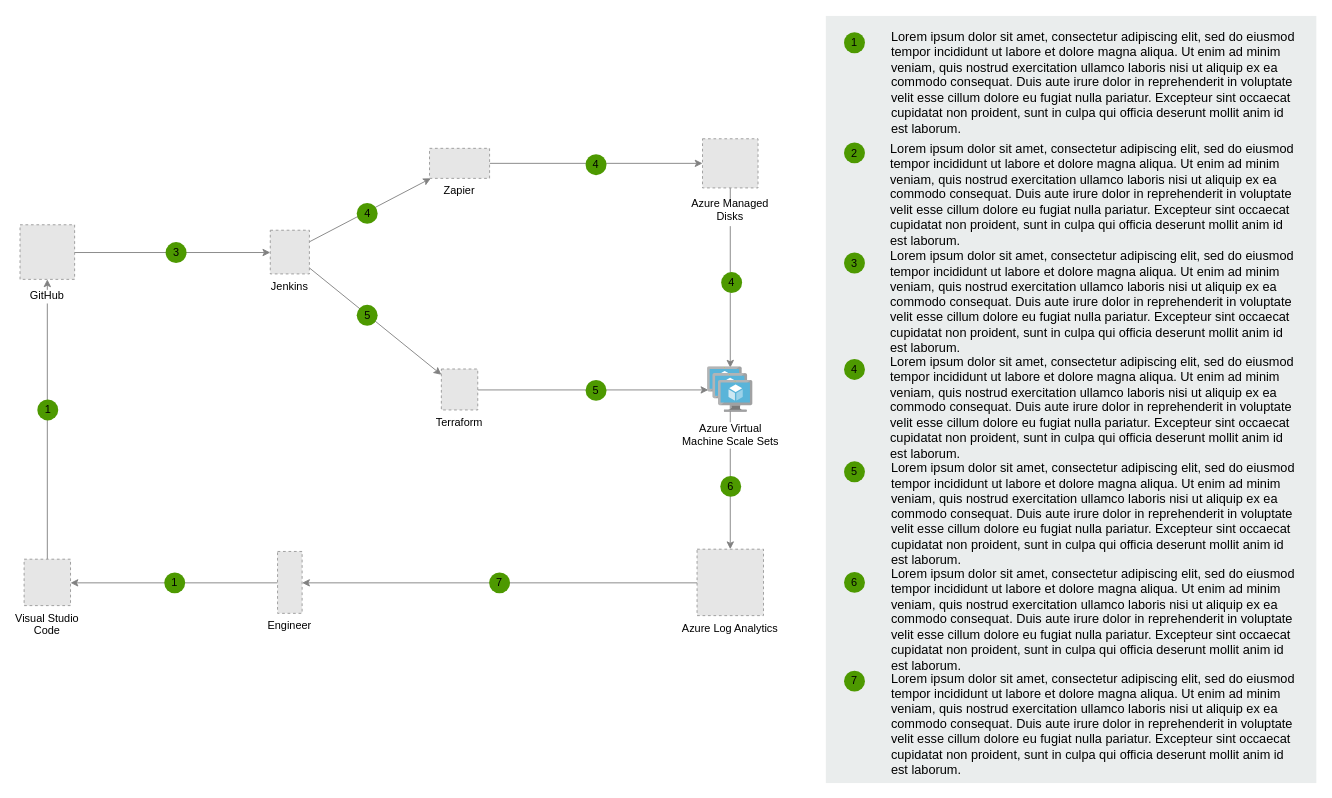
Above: Untitled Diagram.drawio in SURYAl3152/Appoinment-booking-web-azure_app_service (draw.io), before the change. Source tidied: cells renumbered, new cells numbered last; positions are measured from the earlier drawing's top-left corner, leaving out a move shared by most shapes. Both pictures are drawn from the tidied source at 91%, with x=0, y=0 at pixel (19, 15). Pictures stored in the file or linked from it are replaced by grey dashed boxes.
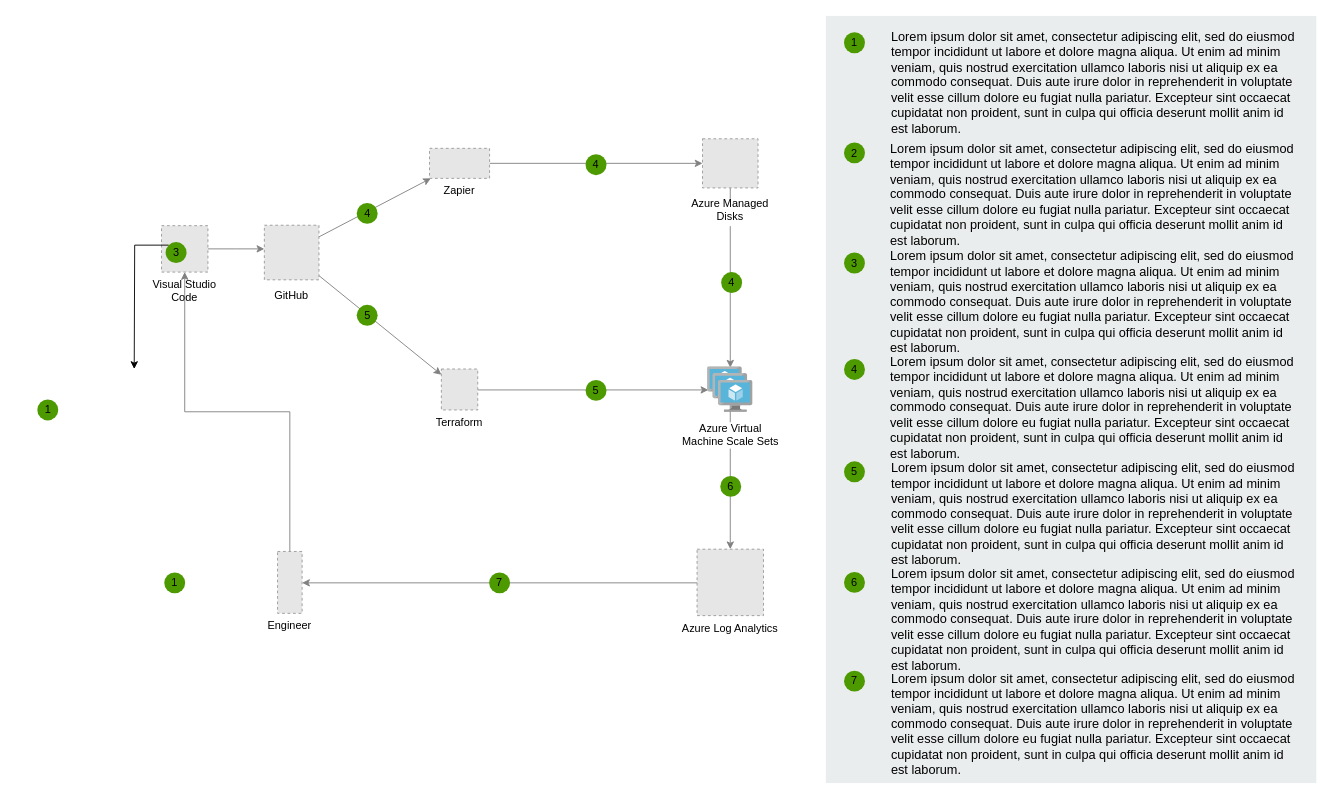
After the change.

Unchanged cells that the change refers to:
```xml
<mxCell id="14" value="Terraform" style="fillColor=#E6E6E6;strokeColor=#999999;dashed=1;verticalLabelPosition=bottom;labelBackgroundColor=none;verticalAlign=top;" parent="1" vertex="1">
  <mxGeometry x="463.5" y="388" width="40" height="45" as="geometry" />
</mxCell>
<mxCell id="15" value="Zapier" style="fillColor=#E6E6E6;strokeColor=#999999;dashed=1;verticalLabelPosition=bottom;labelBackgroundColor=none;verticalAlign=top;" parent="1" vertex="1">
  <mxGeometry x="450.5" y="145.5" width="66" height="33" as="geometry" />
</mxCell>
<mxCell id="21" value="3" style="ellipse;whiteSpace=wrap;html=1;fillColor=#4D9900;strokeColor=none;labelBackgroundColor=none;" parent="1" vertex="1">
  <mxGeometry x="160.5" y="248.5" width="23" height="23" as="geometry" />
</mxCell>
```

The edit, as a diff of the source:
```diff
@@
-    <mxCell id="2" style="edgeStyle=elbowEdgeStyle;rounded=0;jettySize=auto;elbow=vertical;html=1;strokeColor=#808080;" parent="1" edge="1" source="12" target="13">
-      <mxGeometry relative="1" as="geometry" />
+    <mxCell id="2" style="edgeStyle=elbowEdgeStyle;rounded=0;jettySize=auto;elbow=vertical;html=1;strokeColor=#808080;" parent="1" edge="1" source="12">
+      <mxGeometry relative="1" as="geometry">
+        <mxPoint x="275.5" y="268.6" as="targetPoint" />
+      </mxGeometry>
     </mxCell>
-    <mxCell id="3" style="rounded=0;jettySize=auto;elbow=vertical;html=1;strokeColor=#808080;" parent="1" edge="1" source="13" target="14">
-      <mxGeometry relative="1" as="geometry" />
+    <mxCell id="3" style="rounded=0;jettySize=auto;elbow=vertical;html=1;strokeColor=#808080;" parent="1" edge="1" target="14">
+      <mxGeometry relative="1" as="geometry">
+        <mxPoint x="318.5" y="276.9" as="sourcePoint" />
+      </mxGeometry>
     </mxCell>
-    <mxCell id="4" style="rounded=0;jettySize=auto;elbow=vertical;html=1;strokeColor=#808080;" parent="1" edge="1" source="13" target="15">
-      <mxGeometry relative="1" as="geometry" />
+    <mxCell id="4" style="rounded=0;jettySize=auto;elbow=vertical;html=1;strokeColor=#808080;" parent="1" edge="1" target="15">
+      <mxGeometry relative="1" as="geometry">
+        <mxPoint x="318.5" y="248.3" as="sourcePoint" />
+      </mxGeometry>
     </mxCell>
@@
     <mxCell id="12" value="GitHub" style="fillColor=#E6E6E6;strokeColor=#999999;dashed=1;verticalLabelPosition=bottom;labelBackgroundColor=#ffffff;verticalAlign=top;spacingTop=4;" parent="1" vertex="1">
-      <mxGeometry x="0.5" y="229.5" width="60" height="60" as="geometry" />
+      <mxGeometry x="269" y="230" width="60" height="60" as="geometry" />
     </mxCell>
-    <mxCell id="13" value="Jenkins" style="fillColor=#E6E6E6;strokeColor=#999999;dashed=1;verticalLabelPosition=bottom;labelBackgroundColor=none;verticalAlign=top;" parent="1" vertex="1">
-      <mxGeometry x="275.5" y="235.5" width="43" height="48" as="geometry" />
-    </mxCell>
@@
     <mxCell id="18" value="Visual Studio&#10;Code" style="fillColor=#E6E6E6;strokeColor=#999999;dashed=1;verticalLabelPosition=bottom;labelBackgroundColor=none;verticalAlign=top;" parent="1" vertex="1">
-      <mxGeometry x="5" y="597" width="51" height="51" as="geometry" />
+      <mxGeometry x="156" y="230.5" width="51" height="51" as="geometry" />
     </mxCell>
@@
+    <mxCell id="46" style="edgeStyle=orthogonalEdgeStyle;rounded=0;jettySize=auto;html=1;exitX=0;exitY=0;exitDx=0;exitDy=0;" parent="1" edge="1" source="21">
+      <mxGeometry relative="1" as="geometry">
+        <mxPoint x="126" y="388" as="targetPoint" />
+      </mxGeometry>
+    </mxCell>
```
